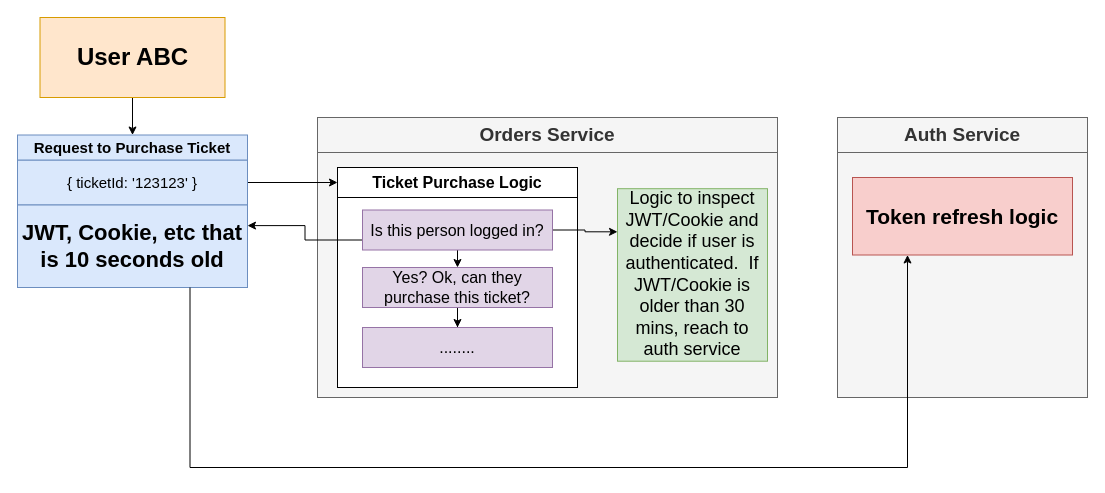
Before: page "22 - s" (22 of 23) of week-8/microservices/0-diagrams/05/04.drawio in nagcloudlab/batch2, a draw.io diagram. Source tidied: cells renumbered, new cells numbered last; positions are measured from the earlier drawing's top-left corner, leaving out a move shared by most shapes. Both pictures are drawn from the tidied source at 100%, with x=0, y=0 at pixel (17, 17).
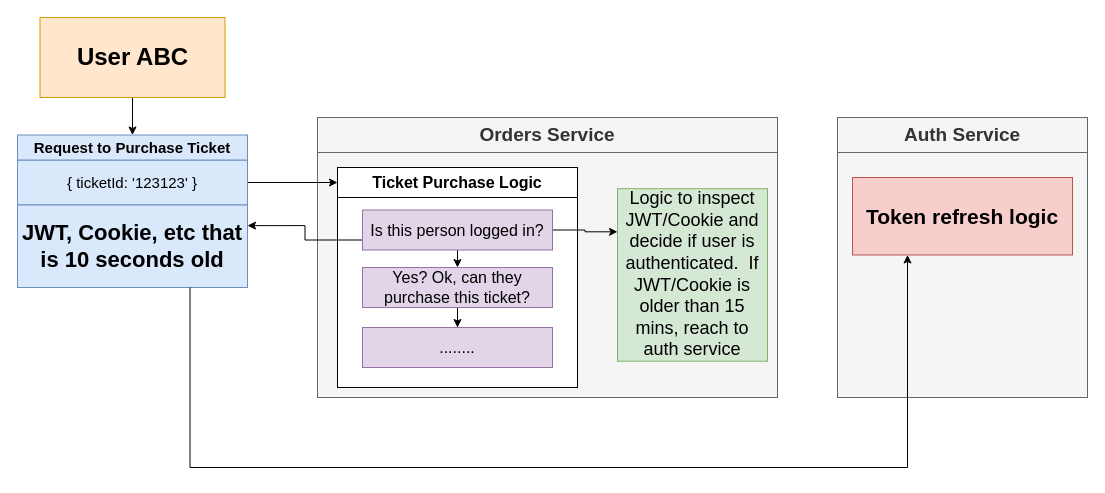
Above is the later version.

What changed in the source:
```diff
@@
-    <mxCell id="17" value="Logic to inspect JWT/Cookie and decide if user is authenticated.&amp;nbsp; If JWT/Cookie is older than 30 mins, reach to auth service" style="rounded=0;whiteSpace=wrap;html=1;shadow=0;labelBackgroundColor=none;fontSize=18;fillColor=#d5e8d4;strokeColor=#82b366;" parent="1" vertex="1">
+    <mxCell id="17" value="Logic to inspect JWT/Cookie and decide if user is authenticated.&amp;nbsp; If JWT/Cookie is older than 15 mins, reach to auth service" style="rounded=0;whiteSpace=wrap;html=1;shadow=0;labelBackgroundColor=none;fontSize=18;fillColor=#d5e8d4;strokeColor=#82b366;" parent="1" vertex="1">
       <mxGeometry x="600" y="171.2" width="150" height="172.5" as="geometry" />
     </mxCell>
```
